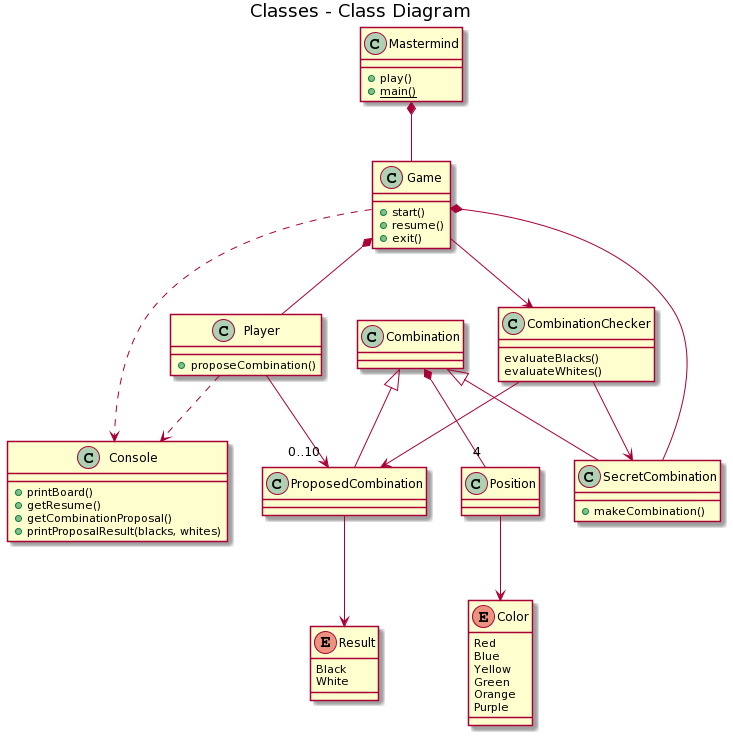
Above: mastermind-vista-publica.png in Master-Desarrollo-20-21/ejercicio-2-vista-publica-clases-mastermind-ferllop (PlantUML), before the change.
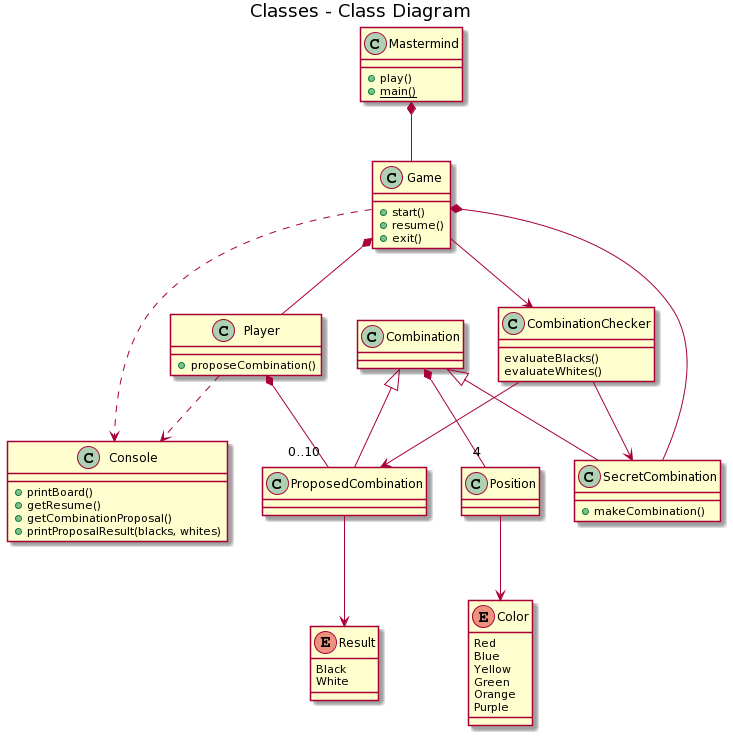
After the change.

Commit message:
change relation to composition

What changed in the source:
```diff
@@ -45,7 +45,7 @@
 class Player {
     +proposeCombination()
 }
-Player --> "0..10"ProposedCombination
+Player *-- "0..10"ProposedCombination
 Player ..> Console
 
 class Console {
```
